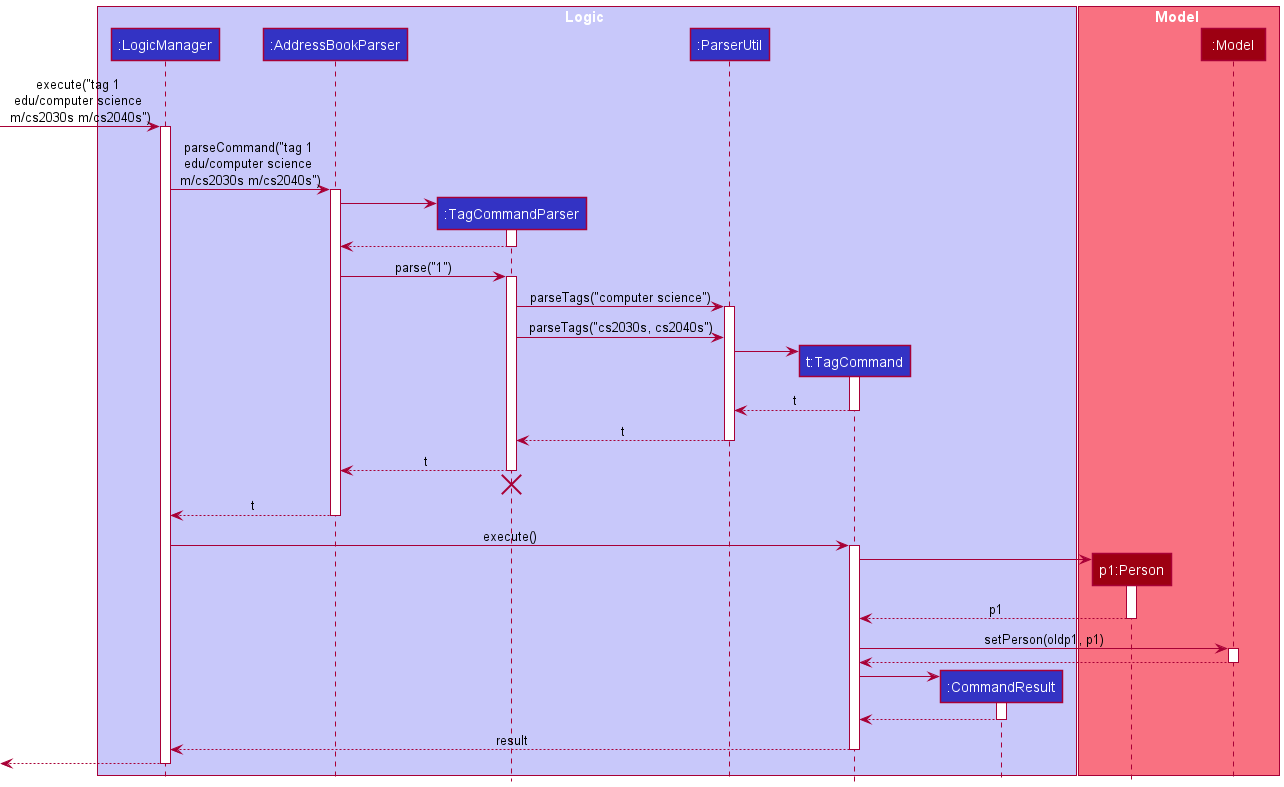
nus-cs2103-AY2122S2/tp keeps this PlantUML diagram as docs/images/TagSequenceDiagram.png. Above is the earlier version. Source of this version:
```plantuml
@startuml
!include style.puml

box Logic LOGIC_COLOR_T1
participant ":LogicManager" as LogicManager LOGIC_COLOR
participant ":AddressBookParser" as AddressBookParser LOGIC_COLOR
participant ":TagCommandParser" as TagCommandParser LOGIC_COLOR
participant ":ParserUtil" as ParserUtil LOGIC_COLOR
participant "t:TagCommand" as TagCommand LOGIC_COLOR
participant ":CommandResult" as CommandResult LOGIC_COLOR
end box

box Model MODEL_COLOR_T1
participant "p1:Person" as Person MODEL_COLOR
participant ":Model" as Model MODEL_COLOR
end box

[-> LogicManager : execute("tag 1 \nedu/computer science \nm/cs2030s m/cs2040s")
activate LogicManager

LogicManager -> AddressBookParser : parseCommand("tag 1 \nedu/computer science \nm/cs2030s m/cs2040s")
activate AddressBookParser

create TagCommandParser
AddressBookParser -> TagCommandParser
activate TagCommandParser

TagCommandParser --> AddressBookParser
deactivate TagCommandParser

AddressBookParser -> TagCommandParser : parse("1")
activate TagCommandParser

TagCommandParser -> ParserUtil : parseTags("computer science")
activate ParserUtil
TagCommandParser -> ParserUtil : parseTags("cs2030s, cs2040s")
create TagCommand
ParserUtil -> TagCommand
activate TagCommand

TagCommand --> ParserUtil : t
deactivate TagCommand
ParserUtil --> TagCommandParser : t
deactivate ParserUtil

TagCommandParser --> AddressBookParser : t
deactivate TagCommandParser
TagCommandParser -[hidden]-> AddressBookParser
destroy TagCommandParser

AddressBookParser --> LogicManager : t
deactivate AddressBookParser

LogicManager -> TagCommand : execute()
activate TagCommand

create Person
TagCommand -> Person
activate Person
Person --> TagCommand : p1
deactivate Person

TagCommand -> Model : setPerson(oldp1, p1)
activate Model
Model --> TagCommand
deactivate Model

create CommandResult
TagCommand -> CommandResult
activate CommandResult

CommandResult --> TagCommand
deactivate CommandResult

TagCommand --> LogicManager : result
deactivate TagCommand

[<--LogicManager
deactivate LogicManager
@enduml
```
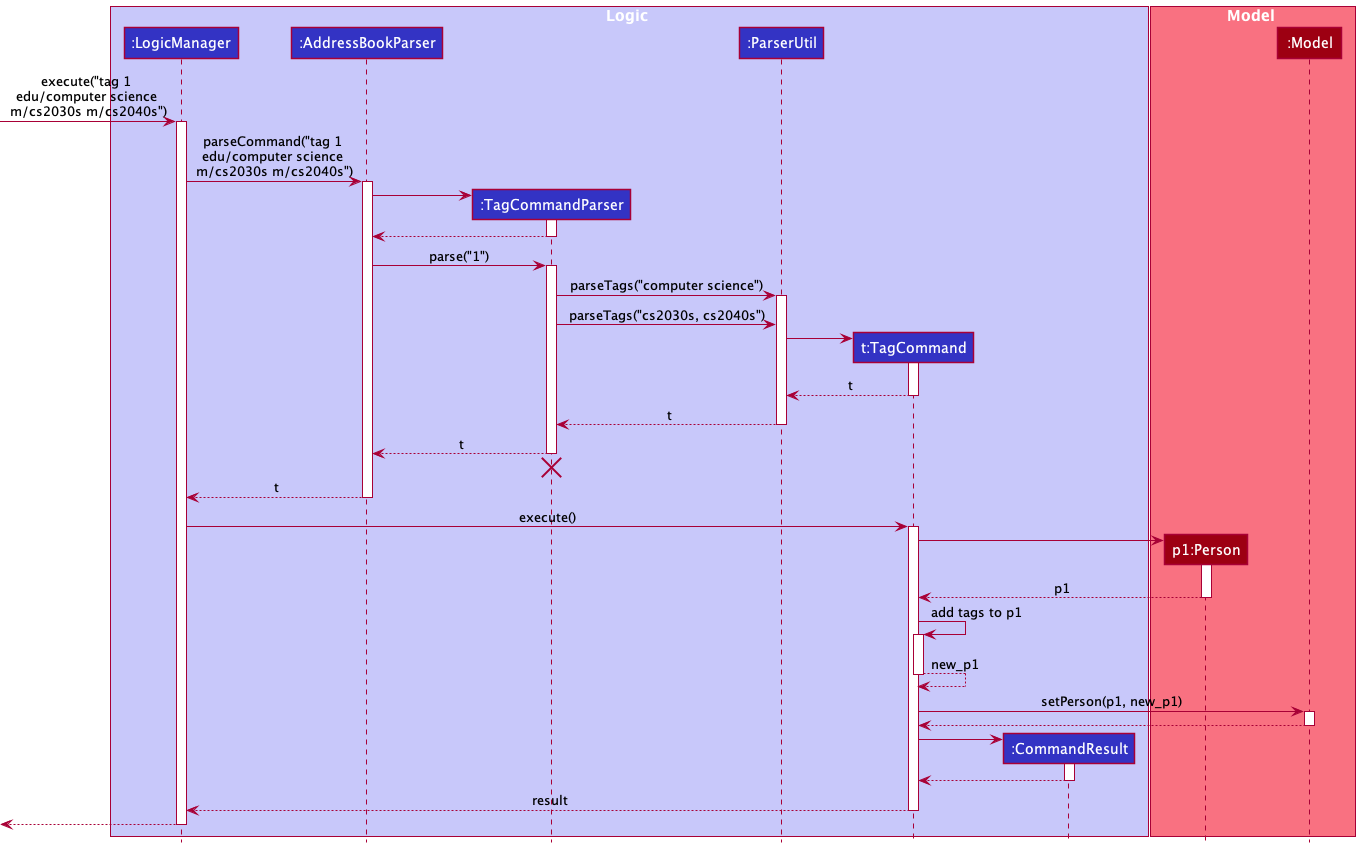
Above is the later version.

Commit message:
Add self-invocation to TagSequenceDiagram

Change to the diagram source:
```diff
@@ -60,7 +60,12 @@
 Person --> TagCommand : p1
 deactivate Person
 
-TagCommand -> Model : setPerson(oldp1, p1)
+TagCommand -> TagCommand : add tags to p1
+activate TagCommand
+TagCommand --> TagCommand : new_p1
+deactivate TagCommand
+
+TagCommand -> Model : setPerson(p1, new_p1)
 activate Model
 Model --> TagCommand
 deactivate Model
```
